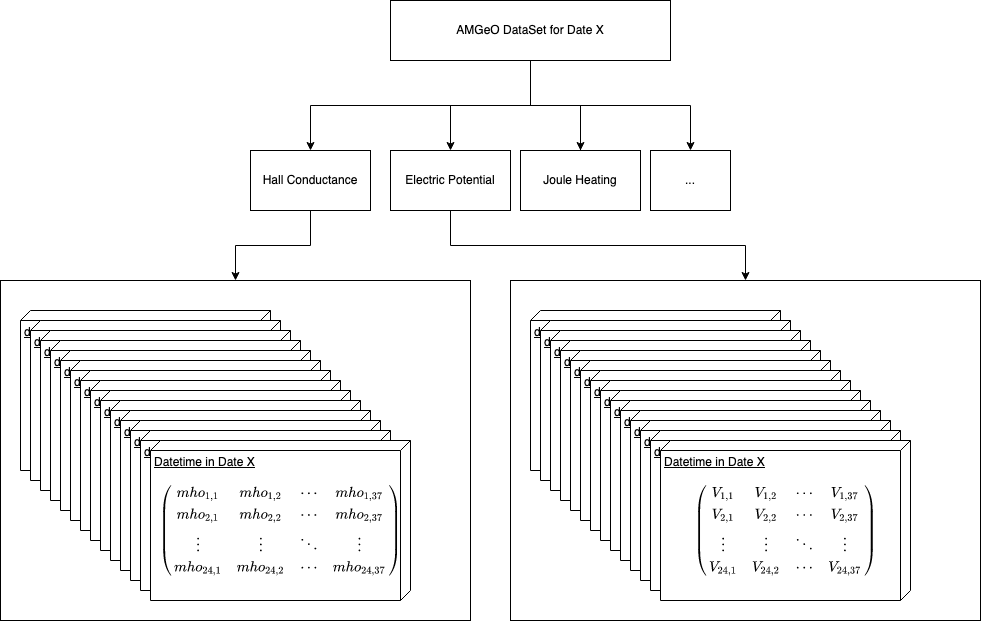
The draw.io diagram static/AMGeOXarrayDataset.png in AMGeO-Collaboration/CEDAR-Workshop-2021, before a commit. Source tidied: cells renumbered, new cells last; positions are measured from the earlier drawing's top-left corner, leaving out a move shared by most shapes.
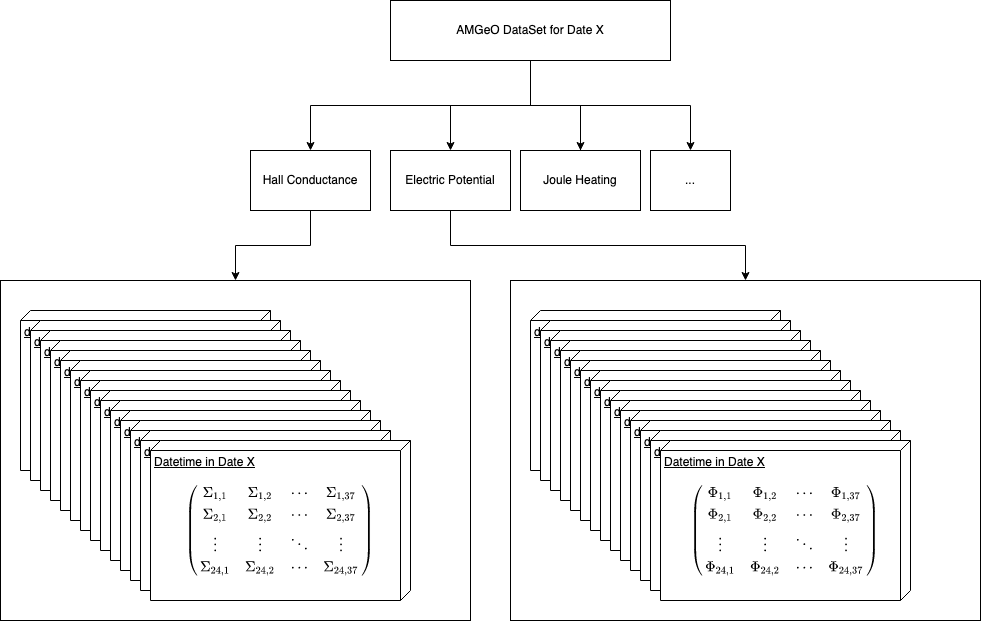
After the commit.

Change to the diagram source:
```diff
@@ -83,7 +83,7 @@
     <mxCell id="28" value="Datetime in Date X" style="verticalAlign=top;align=left;spacingTop=8;spacingLeft=2;spacingRight=12;shape=cube;size=10;direction=south;fontStyle=4;html=1;" parent="1" vertex="1">
       <mxGeometry x="660" y="440" width="250" height="160" as="geometry" />
     </mxCell>
-    <mxCell id="29" value="$$\begin{pmatrix}V_{1, 1} &amp;amp; V_{1, 2} &amp;amp; \cdots &amp;amp; V_{1, 37} \\V_{2, 1} &amp;amp; V_{2, 2} &amp;amp; \cdots &amp;amp; V_{2, 37} \\\vdots &amp;amp; \vdots &amp;amp; \ddots &amp;amp; \vdots \\V_{24, 1} &amp;amp; V_{24, 2} &amp;amp; \cdots &amp;amp; V_{24, 37} \\\end{pmatrix}$$" style="text;html=1;strokeColor=none;fillColor=none;align=center;verticalAlign=middle;whiteSpace=wrap;rounded=0;" parent="1" vertex="1">
+    <mxCell id="29" value="$$\begin{pmatrix}\Phi_{1, 1} &amp;amp; \Phi_{1, 2} &amp;amp; \cdots &amp;amp; \Phi_{1, 37} \\\Phi_{2, 1} &amp;amp; \Phi_{2, 2} &amp;amp; \cdots &amp;amp; \Phi_{2, 37} \\\vdots &amp;amp; \vdots &amp;amp; \ddots &amp;amp; \vdots \\\Phi_{24, 1} &amp;amp; \Phi_{24, 2} &amp;amp; \cdots &amp;amp; \Phi_{24, 37} \\\end{pmatrix}$$" style="text;html=1;strokeColor=none;fillColor=none;align=center;verticalAlign=middle;whiteSpace=wrap;rounded=0;" parent="1" vertex="1">
       <mxGeometry x="640" y="470" width="290" height="120" as="geometry" />
     </mxCell>
     <mxCell id="30" style="rounded=0;whiteSpace=wrap;html=1;" parent="1" vertex="1">
@@ -131,7 +131,7 @@
     <mxCell id="44" value="Datetime in Date X" style="verticalAlign=top;align=left;spacingTop=8;spacingLeft=2;spacingRight=12;shape=cube;size=10;direction=south;fontStyle=4;html=1;" parent="1" vertex="1">
       <mxGeometry x="150" y="440" width="260" height="160" as="geometry" />
     </mxCell>
-    <mxCell id="45" value="$$\begin{pmatrix}mho_{1, 1} &amp;amp; mho_{1, 2} &amp;amp; \cdots &amp;amp; mho_{1, 37} \\mho_{2, 1} &amp;amp; mho_{2, 2} &amp;amp; \cdots &amp;amp; mho_{2, 37} \\\vdots &amp;amp; \vdots &amp;amp; \ddots &amp;amp; \vdots \\mho_{24, 1} &amp;amp; mho_{24, 2} &amp;amp; \cdots &amp;amp; mho_{24, 37} \\\end{pmatrix}$$" style="text;html=1;strokeColor=none;fillColor=none;align=center;verticalAlign=middle;whiteSpace=wrap;rounded=0;" parent="1" vertex="1">
+    <mxCell id="45" value="$$\begin{pmatrix}\Sigma_{1, 1} &amp;amp; \Sigma_{1, 2} &amp;amp; \cdots &amp;amp; \Sigma_{1, 37} \\\Sigma_{2, 1} &amp;amp; \Sigma_{2, 2} &amp;amp; \cdots &amp;amp; \Sigma_{2, 37} \\\vdots &amp;amp; \vdots &amp;amp; \ddots &amp;amp; \vdots \\\Sigma_{24, 1} &amp;amp; \Sigma_{24, 2} &amp;amp; \cdots &amp;amp; \Sigma_{24, 37} \\\end{pmatrix}$$" style="text;html=1;strokeColor=none;fillColor=none;align=center;verticalAlign=middle;whiteSpace=wrap;rounded=0;" parent="1" vertex="1">
       <mxGeometry x="140" y="470" width="280" height="120" as="geometry" />
     </mxCell>
   </root>
```
